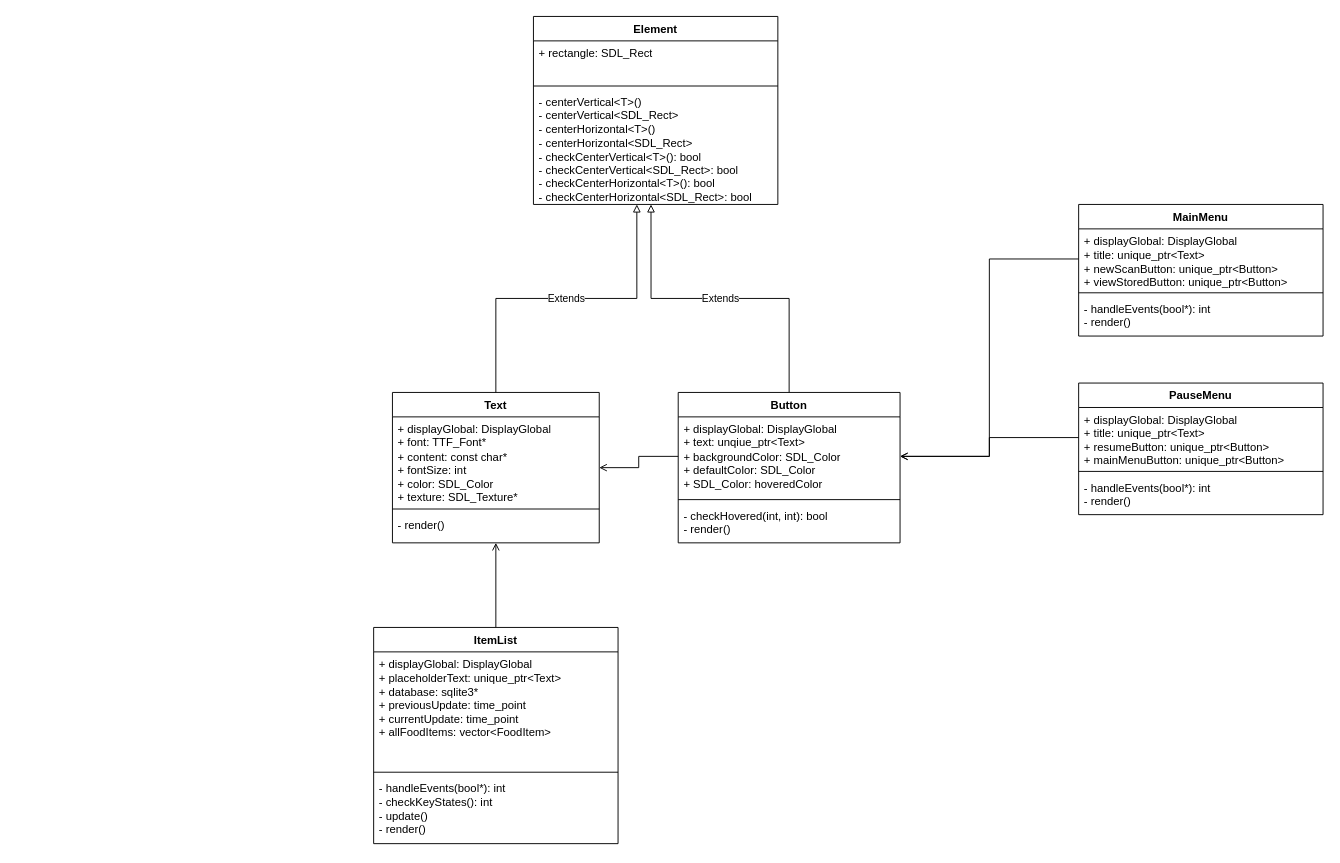
The draw.io diagram display/diagrams/gui_class_diagram.drawio in Joedahms/expirationTracker, before the edit. Source tidied: cells renumbered, new cells numbered last; positions are measured from the earlier drawing's top-left corner, leaving out a move shared by most shapes. Both pictures are drawn from the tidied source at 94%, with x=0, y=0 at pixel (373, 16).
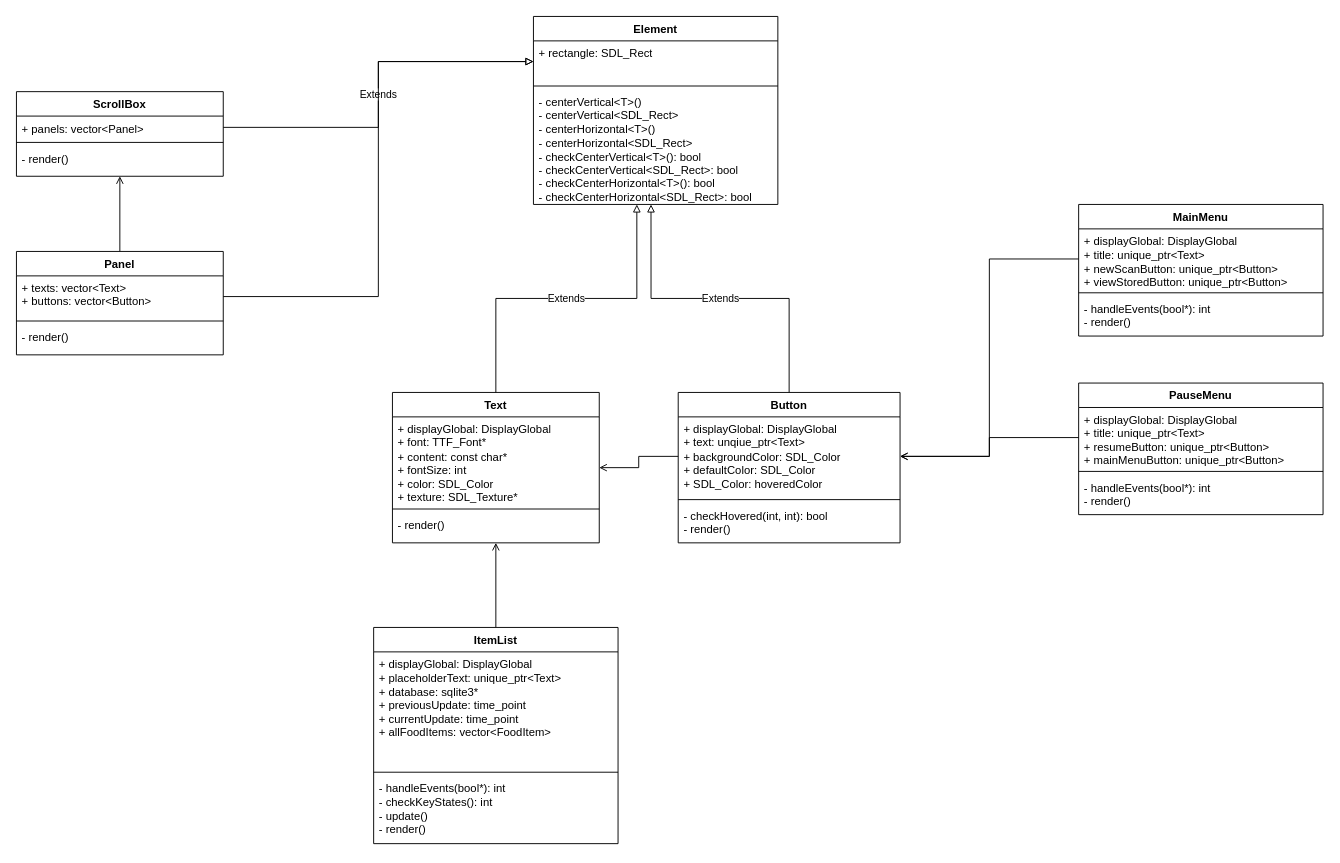
The same page after the edit.

The change refers to these unchanged cells:
```xml
<mxCell id="3" value="&lt;div&gt;+ rectangle: SDL_Rect&lt;/div&gt;" style="text;strokeColor=none;fillColor=none;align=left;verticalAlign=top;spacingLeft=4;spacingRight=4;overflow=hidden;points=[[0,0.5],[1,0.5]];portConstraint=eastwest;whiteSpace=wrap;html=1;" parent="2" vertex="1">
  <mxGeometry y="26" width="260" height="44" as="geometry" />
</mxCell>
```

Change to the diagram source:
```diff
@@
+    <mxCell id="32" style="edgeStyle=orthogonalEdgeStyle;rounded=0;jettySize=auto;html=1;exitX=0.5;exitY=0;exitDx=0;exitDy=0;entryX=0.5;entryY=1;entryDx=0;entryDy=0;endArrow=open;endFill=0;" parent="1" edge="1" source="33" target="37">
+      <mxGeometry relative="1" as="geometry" />
+    </mxCell>
+    <mxCell id="33" value="Panel" style="swimlane;fontStyle=1;align=center;verticalAlign=top;horizontal=1;startSize=26;whiteSpace=wrap;html=1;" parent="1" vertex="1">
+      <mxGeometry x="-380" y="250" width="220" height="110" as="geometry" />
+    </mxCell>
+    <mxCell id="34" value="&lt;div&gt;+ texts: vector&amp;lt;Text&amp;gt;&lt;/div&gt;&lt;div&gt;+ buttons: vector&amp;lt;Button&amp;gt;&lt;br&gt;&lt;/div&gt;" style="text;strokeColor=none;fillColor=none;align=left;verticalAlign=top;spacingLeft=4;spacingRight=4;overflow=hidden;points=[[0,0.5],[1,0.5]];portConstraint=eastwest;whiteSpace=wrap;html=1;" parent="33" vertex="1">
+      <mxGeometry y="26" width="220" height="44" as="geometry" />
+    </mxCell>
+    <mxCell id="35" style="line;strokeWidth=1;fillColor=none;align=left;verticalAlign=middle;spacingTop=-1;spacingLeft=3;spacingRight=3;labelPosition=right;strokeColor=inherit;" parent="33" vertex="1">
+      <mxGeometry y="70" width="220" height="8" as="geometry" />
+    </mxCell>
+    <mxCell id="36" value="- render()" style="text;strokeColor=none;fillColor=none;align=left;verticalAlign=top;spacingLeft=4;spacingRight=4;overflow=hidden;whiteSpace=wrap;html=1;" parent="33" vertex="1">
+      <mxGeometry y="78" width="220" height="32" as="geometry" />
+    </mxCell>
+    <mxCell id="37" value="ScrollBox" style="swimlane;fontStyle=1;align=center;verticalAlign=top;horizontal=1;startSize=26;whiteSpace=wrap;html=1;" parent="1" vertex="1">
+      <mxGeometry x="-380" y="80" width="220" height="90" as="geometry" />
+    </mxCell>
+    <mxCell id="38" value="+ panels: vector&amp;lt;Panel&amp;gt;" style="text;strokeColor=none;fillColor=none;align=left;verticalAlign=top;spacingLeft=4;spacingRight=4;overflow=hidden;points=[[0,0.5],[1,0.5]];portConstraint=eastwest;whiteSpace=wrap;html=1;" parent="37" vertex="1">
+      <mxGeometry y="26" width="220" height="24" as="geometry" />
+    </mxCell>
+    <mxCell id="39" style="line;strokeWidth=1;fillColor=none;align=left;verticalAlign=middle;spacingTop=-1;spacingLeft=3;spacingRight=3;labelPosition=right;strokeColor=inherit;" parent="37" vertex="1">
+      <mxGeometry y="50" width="220" height="8" as="geometry" />
+    </mxCell>
+    <mxCell id="40" value="- render()" style="text;strokeColor=none;fillColor=none;align=left;verticalAlign=top;spacingLeft=4;spacingRight=4;overflow=hidden;whiteSpace=wrap;html=1;" parent="37" vertex="1">
+      <mxGeometry y="58" width="220" height="32" as="geometry" />
+    </mxCell>
+    <mxCell id="41" value="Extends" style="edgeStyle=orthogonalEdgeStyle;rounded=0;jettySize=auto;html=1;exitX=1;exitY=0.5;exitDx=0;exitDy=0;entryX=0;entryY=0.5;entryDx=0;entryDy=0;endArrow=block;endFill=0;" parent="1" edge="1" source="38" target="3">
+      <mxGeometry relative="1" as="geometry" />
+    </mxCell>
+    <mxCell id="42" style="edgeStyle=orthogonalEdgeStyle;rounded=0;jettySize=auto;html=1;exitX=1;exitY=0.5;exitDx=0;exitDy=0;entryX=0;entryY=0.5;entryDx=0;entryDy=0;endArrow=block;endFill=0;" parent="1" edge="1" source="34" target="3">
+      <mxGeometry relative="1" as="geometry" />
+    </mxCell>
```
